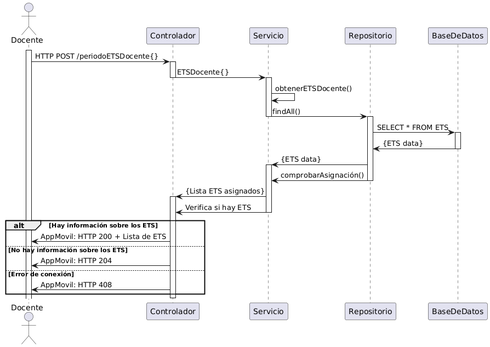
Jajr16/DocumentacionTT keeps this PlantUML diagram as Secuencia/CU-05.png. Above is the earlier version. Its diagram source:
```plantuml
@startuml
actor Docente as AppMovil
participant Controlador
participant Servicio
participant Repositorio
participant BaseDeDatos as BD

activate AppMovil
AppMovil -> Controlador: HTTP POST /periodoETSDocente{}

Activate Controlador
Controlador -> Servicio: ETSDocente{}
Deactivate Controlador

Activate Servicio
Servicio -> Servicio: obtenerETSDocente()

Servicio -> Repositorio: findAll()
Deactivate Servicio

Activate Repositorio
Repositorio -> BD: SELECT * FROM ETS

Activate BD
BD -> Repositorio: {ETS data}
Deactivate BD

Repositorio -> Servicio: {ETS data}
Activate Servicio
Repositorio -> Servicio: comprobarAsignación()

Deactivate Repositorio


Servicio -> Controlador: {Lista ETS asignados}
activate Controlador
Servicio -> Controlador: Verifica si hay ETS

Deactivate Servicio

alt Hay información sobre los ETS

Controlador -> AppMovil: AppMovil: HTTP 200 + Lista de ETS


else No hay información sobre los ETS
Controlador -> AppMovil: AppMovil: HTTP 204

else Error de conexión
Controlador -> AppMovil: AppMovil: HTTP 408

end

Deactivate Controlador
@enduml
```
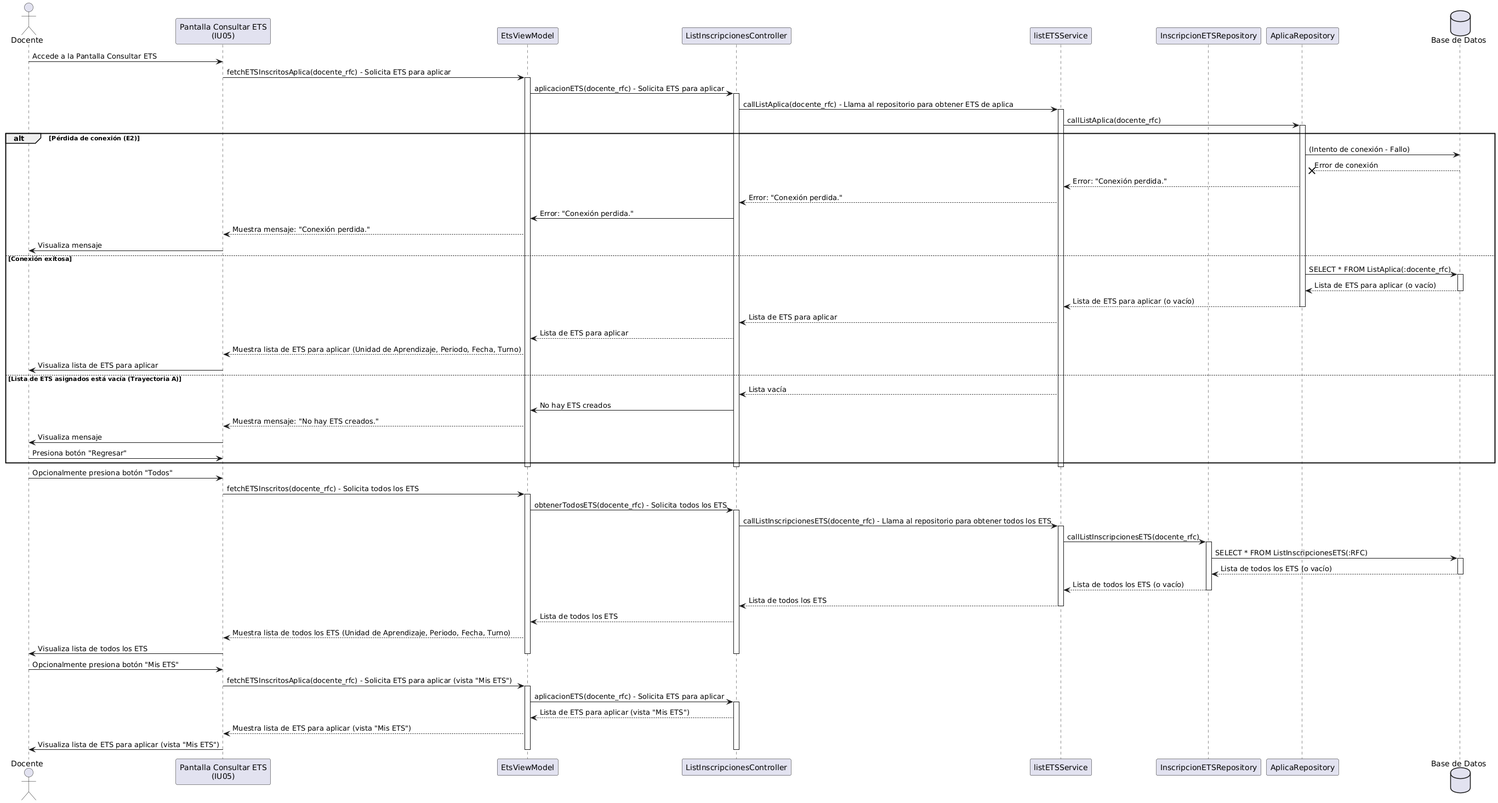
After the commit.

The edit, as a diff of the source:
```diff
@@ -1,55 +1,84 @@
 @startuml
-actor Docente as AppMovil
-participant Controlador
-participant Servicio
-participant Repositorio
-participant BaseDeDatos as BD
+actor Docente
+participant "Pantalla Consultar ETS\n(IU05)" as AppMovil
+participant EtsViewModel
+participant ListInscripcionesController
+participant listETSService
+participant InscripcionETSRepository
+participant AplicaRepository
+database "Base de Datos" as BD
 
-activate AppMovil
-AppMovil -> Controlador: HTTP POST /periodoETSDocente{}
+Docente -> AppMovil: Accede a la Pantalla Consultar ETS
+AppMovil -> EtsViewModel: fetchETSInscritosAplica(docente_rfc) - Solicita ETS para aplicar
+activate EtsViewModel
+EtsViewModel -> ListInscripcionesController: aplicacionETS(docente_rfc) - Solicita ETS para aplicar
+activate ListInscripcionesController
+ListInscripcionesController -> listETSService: callListAplica(docente_rfc) - Llama al repositorio para obtener ETS de aplica
+activate listETSService
+listETSService -> AplicaRepository: callListAplica(docente_rfc)
+activate AplicaRepository
+alt Pérdida de conexión (E2)
+    AplicaRepository -> BD: (Intento de conexión - Fallo)
+    BD --x AplicaRepository: Error de conexión
+    AplicaRepository --> listETSService: Error: "Conexión perdida."
+    listETSService --> ListInscripcionesController: Error: "Conexión perdida."
+    ListInscripcionesController -> EtsViewModel: Error: "Conexión perdida."
+    EtsViewModel --> AppMovil: Muestra mensaje: "Conexión perdida."
+    AppMovil -> Docente: Visualiza mensaje
+else Conexión exitosa
+    AplicaRepository -> BD: SELECT * FROM ListAplica(:docente_rfc)
+    activate BD
+    BD --> AplicaRepository: Lista de ETS para aplicar (o vacío)
+    deactivate BD
+    AplicaRepository --> listETSService: Lista de ETS para aplicar (o vacío)
+    deactivate AplicaRepository
+    listETSService --> ListInscripcionesController: Lista de ETS para aplicar
+    ListInscripcionesController --> EtsViewModel: Lista de ETS para aplicar
+    EtsViewModel --> AppMovil: Muestra lista de ETS para aplicar (Unidad de Aprendizaje, Periodo, Fecha, Turno)
+    AppMovil -> Docente: Visualiza lista de ETS para aplicar
+else Lista de ETS asignados está vacía (Trayectoria A)
+    listETSService --> ListInscripcionesController: Lista vacía
+    ListInscripcionesController -> EtsViewModel: No hay ETS creados
+    EtsViewModel --> AppMovil: Muestra mensaje: "No hay ETS creados."
+    AppMovil -> Docente: Visualiza mensaje
+    AppMovil <- Docente: Presiona botón "Regresar"
+end
+deactivate listETSService
+deactivate ListInscripcionesController
+deactivate EtsViewModel
 
-Activate Controlador
-Controlador -> Servicio: ETSDocente{}
-Deactivate Controlador
+Docente -> AppMovil: Opcionalmente presiona botón "Todos"
+AppMovil -> EtsViewModel: fetchETSInscritos(docente_rfc) - Solicita todos los ETS
+activate EtsViewModel
+EtsViewModel -> ListInscripcionesController: obtenerTodosETS(docente_rfc) - Solicita todos los ETS
+activate ListInscripcionesController
+ListInscripcionesController -> listETSService: callListInscripcionesETS(docente_rfc) - Llama al repositorio para obtener todos los ETS
+activate listETSService
+listETSService -> InscripcionETSRepository: callListInscripcionesETS(docente_rfc)
+activate InscripcionETSRepository
+InscripcionETSRepository -> BD: SELECT * FROM ListInscripcionesETS(:RFC)
+activate BD
+BD --> InscripcionETSRepository: Lista de todos los ETS (o vacío)
+deactivate BD
+InscripcionETSRepository --> listETSService: Lista de todos los ETS (o vacío)
+deactivate InscripcionETSRepository
+listETSService --> ListInscripcionesController: Lista de todos los ETS
+deactivate listETSService
+ListInscripcionesController --> EtsViewModel: Lista de todos los ETS
+EtsViewModel --> AppMovil: Muestra lista de todos los ETS (Unidad de Aprendizaje, Periodo, Fecha, Turno)
+AppMovil -> Docente: Visualiza lista de todos los ETS
 
-Activate Servicio
-Servicio -> Servicio: obtenerETSDocente()
+deactivate ListInscripcionesController
+deactivate EtsViewModel
 
-Servicio -> Repositorio: findAll()
-Deactivate Servicio
-
-Activate Repositorio
-Repositorio -> BD: SELECT * FROM ETS
-
-Activate BD
-BD -> Repositorio: {ETS data}
-Deactivate BD
-
-Repositorio -> Servicio: {ETS data}
-Activate Servicio
-Repositorio -> Servicio: comprobarAsignación()
-
-Deactivate Repositorio
-
-
-Servicio -> Controlador: {Lista ETS asignados}
-activate Controlador
-Servicio -> Controlador: Verifica si hay ETS
-
-Deactivate Servicio
-
-alt Hay información sobre los ETS
-
-Controlador -> AppMovil: AppMovil: HTTP 200 + Lista de ETS
-
-
-else No hay información sobre los ETS
-Controlador -> AppMovil: AppMovil: HTTP 204
-
-else Error de conexión
-Controlador -> AppMovil: AppMovil: HTTP 408
-
-end
-
-Deactivate Controlador
+Docente -> AppMovil: Opcionalmente presiona botón "Mis ETS"
+AppMovil -> EtsViewModel: fetchETSInscritosAplica(docente_rfc) - Solicita ETS para aplicar (vista "Mis ETS")
+activate EtsViewModel
+EtsViewModel -> ListInscripcionesController: aplicacionETS(docente_rfc) - Solicita ETS para aplicar
+activate ListInscripcionesController
+ListInscripcionesController --> EtsViewModel: Lista de ETS para aplicar (vista "Mis ETS")
+EtsViewModel --> AppMovil: Muestra lista de ETS para aplicar (vista "Mis ETS")
+AppMovil -> Docente: Visualiza lista de ETS para aplicar (vista "Mis ETS")
+deactivate ListInscripcionesController
+deactivate EtsViewModel
 @enduml
```
